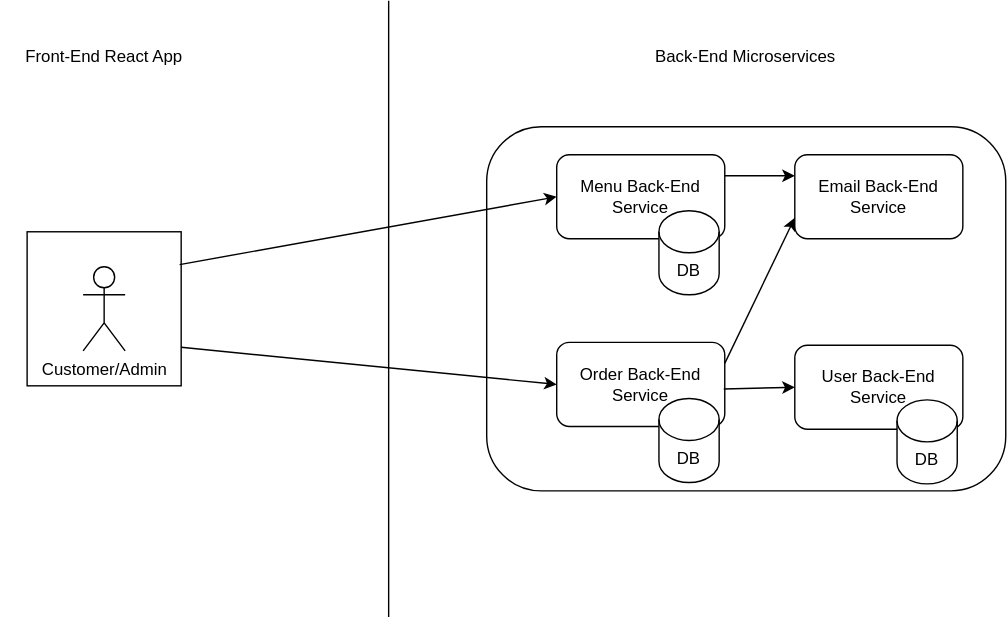
Earlier version of the draw.io export Food App Back-End Domain.svg (gauravuq/Food-App-Back-End). Source tidied: cells renumbered, new cells last; positions are measured from the earlier drawing's top-left corner, leaving out a move shared by most shapes.
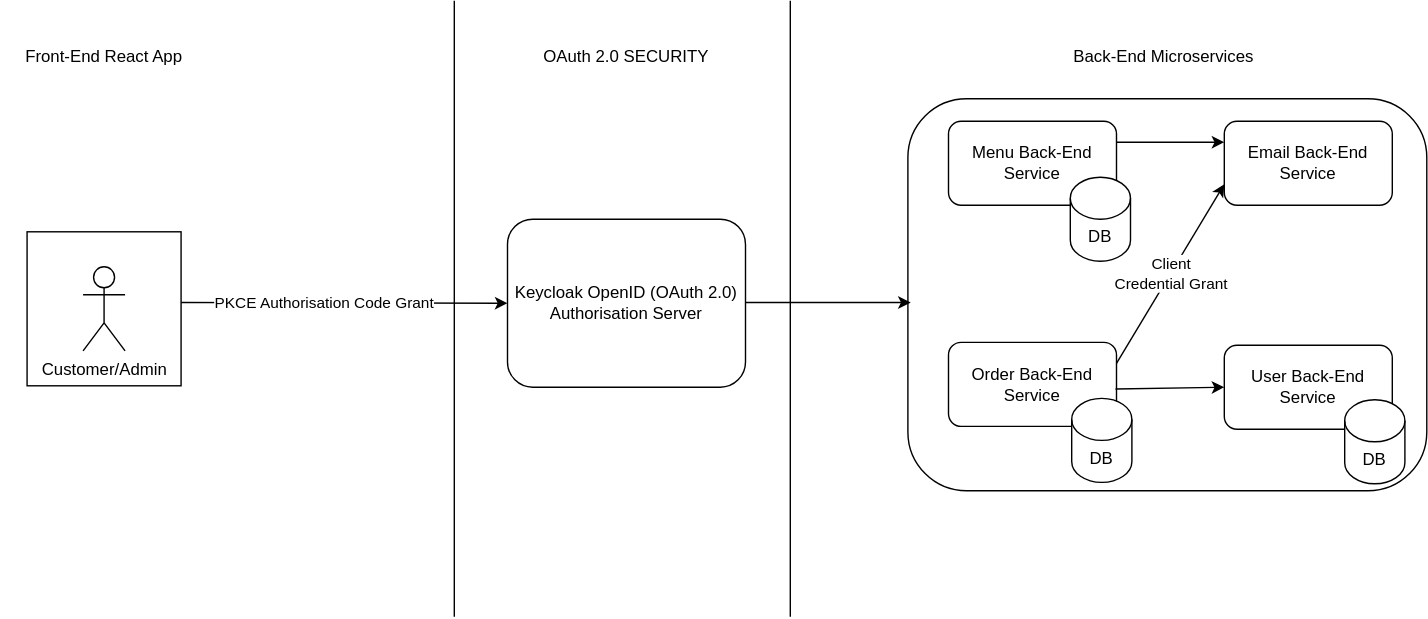
After the commit.

Change to the diagram source:
```diff
@@ -3,61 +3,81 @@
     <mxCell id="0" />
     <mxCell id="1" parent="0" />
     <mxCell id="2" style="rounded=1;whiteSpace=wrap;html=1;" parent="1" vertex="1">
-      <mxGeometry x="347" y="90" width="370.6" height="260" as="geometry" />
+      <mxGeometry x="664" y="70" width="370.6" height="280" as="geometry" />
     </mxCell>
     <mxCell id="3" value="Menu Back-End Service" style="rounded=1;whiteSpace=wrap;html=1;" parent="1" vertex="1">
-      <mxGeometry x="397" y="110" width="120" height="60" as="geometry" />
+      <mxGeometry x="693" y="86" width="120" height="60" as="geometry" />
     </mxCell>
     <mxCell id="4" value="Order Back-End Service" style="rounded=1;whiteSpace=wrap;html=1;" parent="1" vertex="1">
-      <mxGeometry x="397" y="244" width="120" height="60" as="geometry" />
+      <mxGeometry x="693" y="244" width="120" height="60" as="geometry" />
     </mxCell>
     <mxCell id="5" value="Email Back-End Service" style="rounded=1;whiteSpace=wrap;html=1;" parent="1" vertex="1">
-      <mxGeometry x="567" y="110" width="120" height="60" as="geometry" />
+      <mxGeometry x="890" y="86" width="120" height="60" as="geometry" />
     </mxCell>
     <mxCell id="6" style="endArrow=none;html=1;" parent="1" edge="1">
       <mxGeometry relative="1" as="geometry">
-        <mxPoint x="277" y="440" as="sourcePoint" />
-        <mxPoint x="277" as="targetPoint" />
+        <mxPoint x="340" y="440" as="sourcePoint" />
+        <mxPoint x="340" as="targetPoint" />
       </mxGeometry>
     </mxCell>
     <mxCell id="7" style="whiteSpace=wrap;html=1;" parent="1" vertex="1">
-      <mxGeometry x="18.8" y="165" width="110" height="110" as="geometry" />
+      <mxGeometry x="34.8" y="165" width="110" height="110" as="geometry" />
     </mxCell>
-    <mxCell id="8" style="endArrow=classic;html=1;exitX=1;exitY=0.25;exitDx=0;exitDy=0;entryX=0;entryY=0.75;entryDx=0;entryDy=0;" parent="1" edge="1" source="4" target="5">
+    <mxCell id="8" value="Client &lt;br&gt;Credential Grant" style="endArrow=classic;html=1;exitX=1;exitY=0.25;exitDx=0;exitDy=0;entryX=0;entryY=0.75;entryDx=0;entryDy=0;" parent="1" edge="1" source="4" target="5">
       <mxGeometry relative="1" as="geometry" />
     </mxCell>
     <mxCell id="9" style="endArrow=classic;html=1;exitX=1;exitY=0.25;exitDx=0;exitDy=0;entryX=0;entryY=0.25;entryDx=0;entryDy=0;" parent="1" edge="1" source="3" target="5">
       <mxGeometry relative="1" as="geometry" />
     </mxCell>
     <mxCell id="10" value="Back-End Microservices" style="text;html=1;strokeColor=none;fillColor=none;align=center;verticalAlign=middle;whiteSpace=wrap;rounded=0;" parent="1" vertex="1">
-      <mxGeometry x="458.5" y="30" width="147.7" height="20" as="geometry" />
+      <mxGeometry x="773.5" y="30" width="147.7" height="20" as="geometry" />
     </mxCell>
     <mxCell id="11" value="Front-End React App" style="text;html=1;strokeColor=none;fillColor=none;align=center;verticalAlign=middle;whiteSpace=wrap;rounded=0;" parent="1" vertex="1">
-      <mxGeometry y="30" width="147.7" height="20" as="geometry" />
+      <mxGeometry x="16" y="30" width="147.7" height="20" as="geometry" />
     </mxCell>
-    <mxCell id="12" style="endArrow=classic;html=1;exitX=0.99;exitY=0.213;exitDx=0;exitDy=0;exitPerimeter=0;entryX=0;entryY=0.5;entryDx=0;entryDy=0;" parent="1" edge="1" source="7" target="3">
-      <mxGeometry relative="1" as="geometry" />
-    </mxCell>
-    <mxCell id="13" style="endArrow=classic;html=1;exitX=1;exitY=0.75;exitDx=0;exitDy=0;entryX=0;entryY=0.5;entryDx=0;entryDy=0;" parent="1" edge="1" source="7" target="4">
-      <mxGeometry relative="1" as="geometry" />
+    <mxCell id="13" style="endArrow=classic;html=1;entryX=0;entryY=0.5;entryDx=0;entryDy=0;" parent="1" edge="1" target="22">
+      <mxGeometry relative="1" as="geometry">
+        <mxPoint x="144.8" y="215.5" as="sourcePoint" />
+      </mxGeometry>
     </mxCell>
+    <mxCell id="20" value="PKCE Authorisation Code Grant" style="edgeLabel;html=1;align=center;verticalAlign=middle;" parent="13" vertex="1">
+      <mxGeometry x="-0.12" relative="1" as="geometry" />
+    </mxCell>
     <mxCell id="14" value="Customer/Admin" style="shape=umlActor;verticalLabelPosition=bottom;verticalAlign=top;html=1;" parent="1" vertex="1">
-      <mxGeometry x="58.8" y="190" width="30" height="60" as="geometry" />
+      <mxGeometry x="74.8" y="190" width="30" height="60" as="geometry" />
     </mxCell>
     <mxCell id="15" value="DB" style="shape=cylinder3;whiteSpace=wrap;html=1;boundedLbl=1;backgroundOutline=1;size=15;" parent="1" vertex="1">
-      <mxGeometry x="470" y="150" width="43" height="60" as="geometry" />
+      <mxGeometry x="780" y="126" width="43" height="60" as="geometry" />
     </mxCell>
     <mxCell id="16" value="DB" style="shape=cylinder3;whiteSpace=wrap;html=1;boundedLbl=1;backgroundOutline=1;size=15;" parent="1" vertex="1">
-      <mxGeometry x="470" y="284" width="43" height="60" as="geometry" />
+      <mxGeometry x="781" y="284" width="43" height="60" as="geometry" />
     </mxCell>
     <mxCell id="17" value="User Back-End Service" style="rounded=1;whiteSpace=wrap;html=1;" parent="1" vertex="1">
-      <mxGeometry x="567" y="246" width="120" height="60" as="geometry" />
+      <mxGeometry x="890" y="246" width="120" height="60" as="geometry" />
     </mxCell>
     <mxCell id="18" value="DB" style="shape=cylinder3;whiteSpace=wrap;html=1;boundedLbl=1;backgroundOutline=1;size=15;" parent="1" vertex="1">
-      <mxGeometry x="640" y="285" width="43" height="60" as="geometry" />
+      <mxGeometry x="976" y="285" width="43" height="60" as="geometry" />
     </mxCell>
     <mxCell id="19" style="endArrow=classic;html=1;exitX=0.994;exitY=0.555;exitDx=0;exitDy=0;entryX=0;entryY=0.5;entryDx=0;entryDy=0;exitPerimeter=0;" parent="1" edge="1" source="4" target="17">
       <mxGeometry relative="1" as="geometry" />
     </mxCell>
+    <mxCell id="21" style="endArrow=none;html=1;" parent="1" edge="1">
+      <mxGeometry relative="1" as="geometry">
+        <mxPoint x="580" y="440" as="sourcePoint" />
+        <mxPoint x="580" as="targetPoint" />
+      </mxGeometry>
+    </mxCell>
+    <mxCell id="22" value="Keycloak OpenID (OAuth 2.0)&lt;br&gt;Authorisation Server" style="rounded=1;whiteSpace=wrap;html=1;" parent="1" vertex="1">
+      <mxGeometry x="378" y="156" width="170" height="120" as="geometry" />
+    </mxCell>
+    <mxCell id="23" style="endArrow=classic;html=1;" parent="1" edge="1">
+      <mxGeometry relative="1" as="geometry">
+        <mxPoint x="548" y="215.5" as="sourcePoint" />
+        <mxPoint x="666" y="215.5" as="targetPoint" />
+      </mxGeometry>
+    </mxCell>
+    <mxCell id="24" value="OAuth 2.0 SECURITY" style="text;html=1;strokeColor=none;fillColor=none;align=center;verticalAlign=middle;whiteSpace=wrap;rounded=0;" parent="1" vertex="1">
+      <mxGeometry x="389.2" y="30" width="147.7" height="20" as="geometry" />
+    </mxCell>
   </root>
 </mxGraphModel>
```
